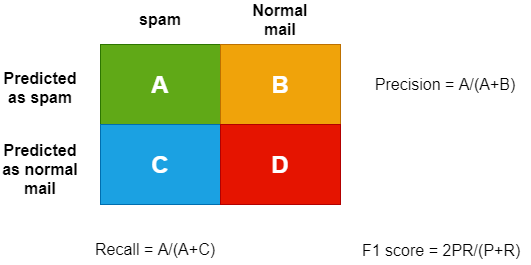
Earlier version of the draw.io export Untitled Diagram.drawio.png (pyhub01/Chapter-3-Illustrations). Source tidied: cells renumbered, new cells last; positions are measured from the earlier drawing's top-left corner, leaving out a move shared by most shapes. The source it was exported from:
```xml
<mxGraphModel>
  <root>
    <mxCell id="0" />
    <mxCell id="1" parent="0" />
    <mxCell id="2" style="rounded=0;whiteSpace=wrap;html=1;fillColor=#60a917;strokeColor=#2D7600;fontColor=#ffffff;" parent="1" vertex="1">
      <mxGeometry x="100" y="40" width="120" height="80" as="geometry" />
    </mxCell>
    <mxCell id="3" style="rounded=0;whiteSpace=wrap;html=1;fillColor=#f0a30a;strokeColor=#BD7000;fontColor=#000000;" parent="1" vertex="1">
      <mxGeometry x="220" y="40" width="120" height="80" as="geometry" />
    </mxCell>
    <mxCell id="4" style="rounded=0;whiteSpace=wrap;html=1;fillColor=#1ba1e2;strokeColor=#006EAF;fontColor=#ffffff;" parent="1" vertex="1">
      <mxGeometry x="100" y="120" width="120" height="80" as="geometry" />
    </mxCell>
    <mxCell id="5" style="rounded=0;whiteSpace=wrap;html=1;fillColor=#e51400;strokeColor=#B20000;fontColor=#ffffff;" parent="1" vertex="1">
      <mxGeometry x="220" y="120" width="120" height="80" as="geometry" />
    </mxCell>
    <mxCell id="6" value="spam" style="text;html=1;strokeColor=none;fillColor=none;align=center;verticalAlign=middle;whiteSpace=wrap;rounded=0;fontSize=16;fontStyle=1;" parent="1" vertex="1">
      <mxGeometry x="130" width="60" height="30" as="geometry" />
    </mxCell>
    <mxCell id="7" value="Normal mail" style="text;html=1;strokeColor=none;fillColor=none;align=center;verticalAlign=middle;whiteSpace=wrap;rounded=0;fontSize=16;fontStyle=1;" parent="1" vertex="1">
      <mxGeometry x="235" width="90" height="30" as="geometry" />
    </mxCell>
    <mxCell id="8" value="Predicted as normal mail" style="text;whiteSpace=wrap;html=1;align=center;fontSize=16;fontStyle=1;" parent="1" vertex="1">
      <mxGeometry y="130" width="80" height="45" as="geometry" />
    </mxCell>
    <mxCell id="9" value="Predicted as spam" style="text;whiteSpace=wrap;html=1;align=center;fontSize=16;fontStyle=1;" parent="1" vertex="1">
      <mxGeometry y="57.5" width="80" height="45" as="geometry" />
    </mxCell>
    <mxCell id="10" value="A" style="text;html=1;strokeColor=none;fillColor=none;align=center;verticalAlign=middle;whiteSpace=wrap;rounded=0;fontSize=24;fontStyle=1;fontColor=#FFFFFF;" parent="1" vertex="1">
      <mxGeometry x="130" y="65" width="60" height="30" as="geometry" />
    </mxCell>
    <mxCell id="11" value="B&lt;span style=&quot;font-family: monospace; font-size: 0px;&quot;&gt;%3CmxGraphModel%3E%3Croot%3E%3CmxCell%20id%3D%220%22%2F%3E%3CmxCell%20id%3D%221%22%20parent%3D%220%22%2F%3E%3CmxCell%20id%3D%222%22%20value%3D%22A%22%20style%3D%22text%3Bhtml%3D1%3BstrokeColor%3Dnone%3BfillColor%3Dnone%3Balign%3Dcenter%3BverticalAlign%3Dmiddle%3BwhiteSpace%3Dwrap%3Brounded%3D0%3BfontSize%3D24%3B%22%20vertex%3D%221%22%20parent%3D%221%22%3E%3CmxGeometry%20x%3D%22270%22%20y%3D%22265%22%20width%3D%2260%22%20height%3D%2230%22%20as%3D%22geometry%22%2F%3E%3C%2FmxCell%3E%3C%2Froot%3E%3C%2FmxGraphModel%3E&lt;/span&gt;" style="text;html=1;strokeColor=none;fillColor=none;align=center;verticalAlign=middle;whiteSpace=wrap;rounded=0;fontSize=24;fontStyle=1;fontColor=#FFFFFF;" parent="1" vertex="1">
      <mxGeometry x="250" y="65" width="60" height="30" as="geometry" />
    </mxCell>
    <mxCell id="12" value="C" style="text;html=1;strokeColor=none;fillColor=none;align=center;verticalAlign=middle;whiteSpace=wrap;rounded=0;fontSize=24;fontStyle=1;fontColor=#FFFFFF;" parent="1" vertex="1">
      <mxGeometry x="130" y="145" width="60" height="30" as="geometry" />
    </mxCell>
    <mxCell id="13" value="D" style="text;html=1;strokeColor=none;fillColor=none;align=center;verticalAlign=middle;whiteSpace=wrap;rounded=0;fontSize=24;fontStyle=1;fontColor=#FFFFFF;" parent="1" vertex="1">
      <mxGeometry x="250" y="145" width="60" height="30" as="geometry" />
    </mxCell>
    <mxCell id="14" value="Precision = A/(A+B)" style="text;html=1;strokeColor=none;fillColor=none;align=center;verticalAlign=middle;whiteSpace=wrap;rounded=0;fontSize=16;fontColor=#000000;" parent="1" vertex="1">
      <mxGeometry x="370" y="65" width="150" height="30" as="geometry" />
    </mxCell>
    <mxCell id="15" value="Recall = A/(A+C)" style="text;html=1;strokeColor=none;fillColor=none;align=center;verticalAlign=middle;whiteSpace=wrap;rounded=0;fontSize=16;fontColor=#000000;" parent="1" vertex="1">
      <mxGeometry x="80" y="230" width="150" height="30" as="geometry" />
    </mxCell>
    <mxCell id="16" value="F1 score = 2PR/(P+R)" style="text;whiteSpace=wrap;html=1;fontSize=16;fontColor=#000000;" parent="1" vertex="1">
      <mxGeometry x="360" y="230" width="170" height="30" as="geometry" />
    </mxCell>
  </root>
</mxGraphModel>
```
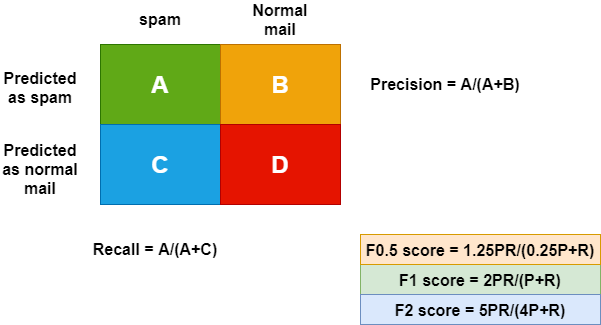
Above is the later version.

The edit, as a diff of the source:
```diff
@@ -38,14 +38,20 @@
     <mxCell id="13" value="D" style="text;html=1;strokeColor=none;fillColor=none;align=center;verticalAlign=middle;whiteSpace=wrap;rounded=0;fontSize=24;fontStyle=1;fontColor=#FFFFFF;" parent="1" vertex="1">
       <mxGeometry x="250" y="145" width="60" height="30" as="geometry" />
     </mxCell>
-    <mxCell id="14" value="Precision = A/(A+B)" style="text;html=1;strokeColor=none;fillColor=none;align=center;verticalAlign=middle;whiteSpace=wrap;rounded=0;fontSize=16;fontColor=#000000;" parent="1" vertex="1">
-      <mxGeometry x="370" y="65" width="150" height="30" as="geometry" />
+    <mxCell id="14" value="Precision = A/(A+B)" style="text;html=1;strokeColor=none;fillColor=none;align=center;verticalAlign=middle;whiteSpace=wrap;rounded=0;fontSize=16;fontColor=#000000;fontStyle=1;" parent="1" vertex="1">
+      <mxGeometry x="350" y="65" width="190" height="30" as="geometry" />
     </mxCell>
-    <mxCell id="15" value="Recall = A/(A+C)" style="text;html=1;strokeColor=none;fillColor=none;align=center;verticalAlign=middle;whiteSpace=wrap;rounded=0;fontSize=16;fontColor=#000000;" parent="1" vertex="1">
+    <mxCell id="15" value="Recall = A/(A+C)" style="text;html=1;strokeColor=none;fillColor=none;align=center;verticalAlign=middle;whiteSpace=wrap;rounded=0;fontSize=16;fontColor=#000000;fontStyle=1;" parent="1" vertex="1">
       <mxGeometry x="80" y="230" width="150" height="30" as="geometry" />
     </mxCell>
-    <mxCell id="16" value="F1 score = 2PR/(P+R)" style="text;whiteSpace=wrap;html=1;fontSize=16;fontColor=#000000;" parent="1" vertex="1">
-      <mxGeometry x="360" y="230" width="170" height="30" as="geometry" />
+    <mxCell id="16" value="F1 score = 2PR/(P+R)" style="text;whiteSpace=wrap;html=1;fontSize=16;fontStyle=1;fillColor=#d5e8d4;strokeColor=#82b366;align=center;" parent="1" vertex="1">
+      <mxGeometry x="360" y="260" width="240" height="30" as="geometry" />
     </mxCell>
+    <mxCell id="17" value="F2 score = 5PR/(4P+R)" style="text;whiteSpace=wrap;html=1;fontSize=16;fontStyle=1;fillColor=#dae8fc;strokeColor=#6c8ebf;align=center;" parent="1" vertex="1">
+      <mxGeometry x="360" y="290" width="240" height="30" as="geometry" />
+    </mxCell>
+    <mxCell id="18" value="F0.5 score = 1.25PR/(0.25P+R)" style="text;whiteSpace=wrap;html=1;fontSize=16;fontStyle=1;fillColor=#ffe6cc;strokeColor=#d79b00;align=center;" parent="1" vertex="1">
+      <mxGeometry x="360" y="230" width="240" height="30" as="geometry" />
+    </mxCell>
   </root>
 </mxGraphModel>
```
